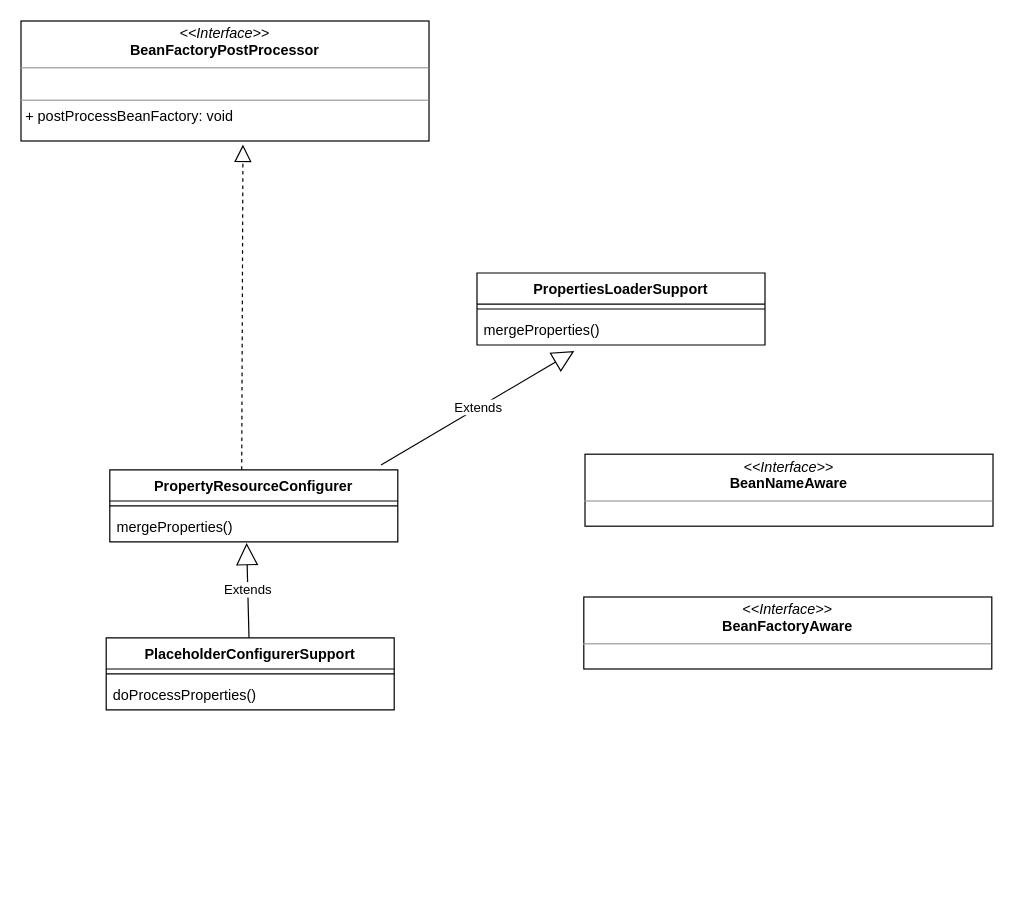
Earlier version of the draw.io diagram spring占位符.drawio (baiymfkese/doc). Source tidied: cells renumbered, new cells numbered last; positions are measured from the earlier drawing's top-left corner, leaving out a move shared by most shapes. Both pictures are drawn from the tidied source at 120%, with x=0, y=0 at pixel (20, 20).
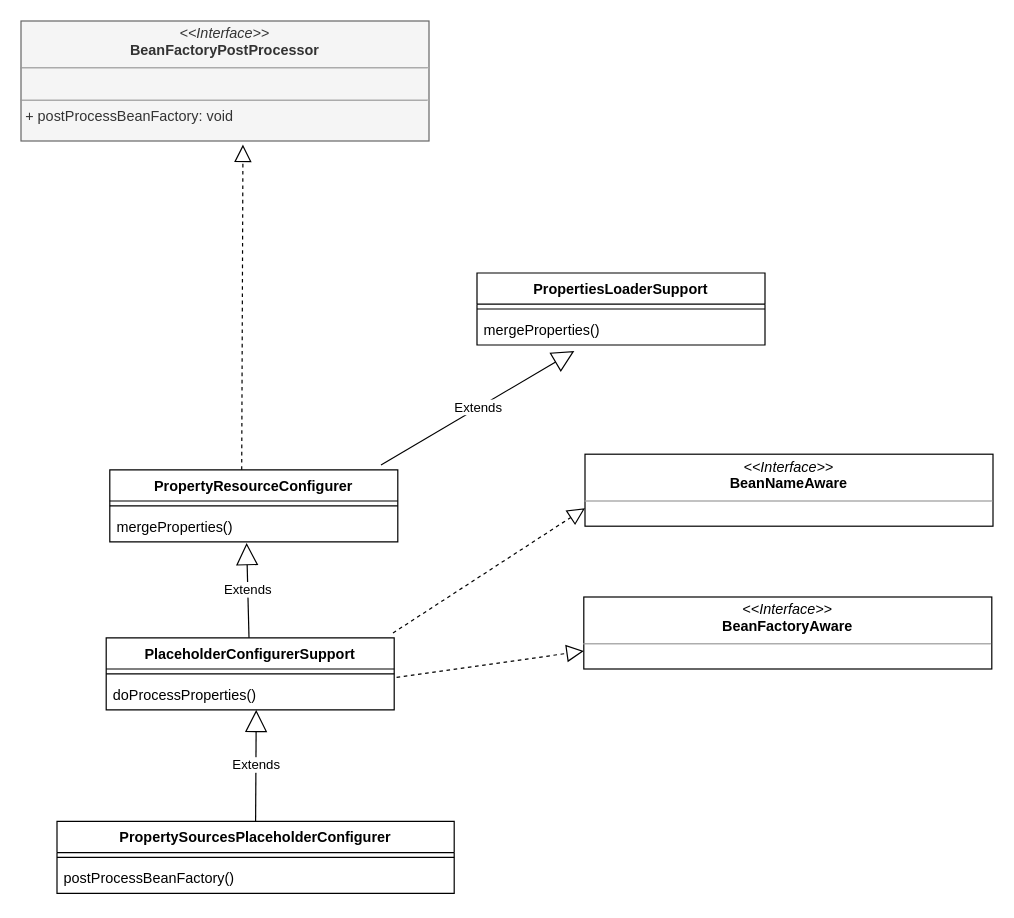
After the change.

Unchanged cells that the change refers to:
```xml
<mxCell id="11" value="PlaceholderConfigurerSupport" style="swimlane;fontStyle=1;align=center;verticalAlign=top;horizontal=1;startSize=26;" parent="1" vertex="1">
  <mxGeometry x="71" y="514" width="240" height="60" as="geometry" />
</mxCell>
<mxCell id="13" value="doProcessProperties()" style="text;strokeColor=none;fillColor=none;align=left;verticalAlign=top;spacingLeft=4;spacingRight=4;overflow=hidden;points=[[0,0.5],[1,0.5]];portConstraint=eastwest;" parent="11" vertex="1">
  <mxGeometry y="34" width="240" height="26" as="geometry" />
</mxCell>
<mxCell id="15" value="&lt;p style=&quot;margin: 0px ; margin-top: 4px ; text-align: center&quot;&gt;&lt;i&gt;&amp;lt;&amp;lt;Interface&amp;gt;&amp;gt;&lt;/i&gt;&lt;br&gt;&lt;b&gt;BeanNameAware&lt;/b&gt;&lt;/p&gt;&lt;hr size=&quot;1&quot;&gt;&lt;p style=&quot;margin: 0px ; margin-left: 4px&quot;&gt;&lt;br&gt;&lt;/p&gt;&lt;hr size=&quot;1&quot;&gt;&lt;p style=&quot;margin: 0px ; margin-left: 4px&quot;&gt;&lt;br&gt;&lt;/p&gt;" style="verticalAlign=top;align=left;overflow=fill;fontSize=12;fontFamily=Helvetica;html=1;" parent="1" vertex="1">
  <mxGeometry x="470" y="361" width="340" height="60" as="geometry" />
</mxCell>
<mxCell id="16" value="&lt;p style=&quot;margin: 0px ; margin-top: 4px ; text-align: center&quot;&gt;&lt;i&gt;&amp;lt;&amp;lt;Interface&amp;gt;&amp;gt;&lt;/i&gt;&lt;br&gt;&lt;b&gt;BeanFactoryAware&lt;/b&gt;&lt;/p&gt;&lt;hr size=&quot;1&quot;&gt;&lt;p style=&quot;margin: 0px ; margin-left: 4px&quot;&gt;&lt;br&gt;&lt;/p&gt;&lt;hr size=&quot;1&quot;&gt;&lt;p style=&quot;margin: 0px ; margin-left: 4px&quot;&gt;&lt;br&gt;&lt;/p&gt;" style="verticalAlign=top;align=left;overflow=fill;fontSize=12;fontFamily=Helvetica;html=1;" parent="1" vertex="1">
  <mxGeometry x="469" y="480" width="340" height="60" as="geometry" />
</mxCell>
```

The edit, as a diff of the source:
```diff
@@
-    <mxCell id="8" value="&lt;p style=&quot;margin: 0px ; margin-top: 4px ; text-align: center&quot;&gt;&lt;i&gt;&amp;lt;&amp;lt;Interface&amp;gt;&amp;gt;&lt;/i&gt;&lt;br&gt;&lt;b&gt;BeanFactoryPostProcessor&lt;/b&gt;&lt;/p&gt;&lt;hr size=&quot;1&quot;&gt;&lt;p style=&quot;margin: 0px ; margin-left: 4px&quot;&gt;&lt;br&gt;&lt;/p&gt;&lt;hr size=&quot;1&quot;&gt;&lt;p style=&quot;margin: 0px ; margin-left: 4px&quot;&gt;+ postProcessBeanFactory: void&lt;br&gt;&lt;/p&gt;" style="verticalAlign=top;align=left;overflow=fill;fontSize=12;fontFamily=Helvetica;html=1;" parent="1" vertex="1">
+    <mxCell id="8" value="&lt;p style=&quot;margin: 0px ; margin-top: 4px ; text-align: center&quot;&gt;&lt;i&gt;&amp;lt;&amp;lt;Interface&amp;gt;&amp;gt;&lt;/i&gt;&lt;br&gt;&lt;b&gt;BeanFactoryPostProcessor&lt;/b&gt;&lt;/p&gt;&lt;hr size=&quot;1&quot;&gt;&lt;p style=&quot;margin: 0px ; margin-left: 4px&quot;&gt;&lt;br&gt;&lt;/p&gt;&lt;hr size=&quot;1&quot;&gt;&lt;p style=&quot;margin: 0px ; margin-left: 4px&quot;&gt;+ postProcessBeanFactory: void&lt;br&gt;&lt;/p&gt;" style="verticalAlign=top;align=left;overflow=fill;fontSize=12;fontFamily=Helvetica;html=1;fillColor=#f5f5f5;strokeColor=#666666;fontColor=#333333;" parent="1" vertex="1">
       <mxGeometry width="340" height="100" as="geometry" />
     </mxCell>
@@
+    <mxCell id="17" style="endArrow=block;dashed=1;endFill=0;endSize=12;html=1;entryX=0;entryY=0.75;entryDx=0;entryDy=0;" parent="11" edge="1" target="15">
+      <mxGeometry relative="1" as="geometry">
+        <mxPoint x="239" y="-4" as="sourcePoint" />
+      </mxGeometry>
+    </mxCell>
@@
+    <mxCell id="18" style="endArrow=block;dashed=1;endFill=0;endSize=12;html=1;entryX=0;entryY=0.75;entryDx=0;entryDy=0;" parent="1" edge="1" target="16">
+      <mxGeometry relative="1" as="geometry">
+        <mxPoint x="313" y="547" as="sourcePoint" />
+      </mxGeometry>
+    </mxCell>
+    <mxCell id="19" value="PropertySourcesPlaceholderConfigurer" style="swimlane;fontStyle=1;align=center;verticalAlign=top;horizontal=1;startSize=26;" parent="1" vertex="1">
+      <mxGeometry x="30" y="667" width="331" height="60" as="geometry" />
+    </mxCell>
+    <mxCell id="20" style="line;strokeWidth=1;fillColor=none;align=left;verticalAlign=middle;spacingTop=-1;spacingLeft=3;spacingRight=3;labelPosition=right;" parent="19" vertex="1">
+      <mxGeometry y="26" width="331" height="8" as="geometry" />
+    </mxCell>
+    <mxCell id="21" value="postProcessBeanFactory()" style="text;strokeColor=none;fillColor=none;align=left;verticalAlign=top;spacingLeft=4;spacingRight=4;overflow=hidden;" parent="19" vertex="1">
+      <mxGeometry y="34" width="331" height="26" as="geometry" />
+    </mxCell>
+    <mxCell id="22" value="Extends" style="endArrow=block;endSize=16;endFill=0;html=1;exitX=0.5;exitY=0;exitDx=0;exitDy=0;entryX=0.521;entryY=1;entryDx=0;entryDy=0;entryPerimeter=0;" parent="1" edge="1" source="19" target="13">
+      <mxGeometry relative="1" as="geometry" />
+    </mxCell>
```
